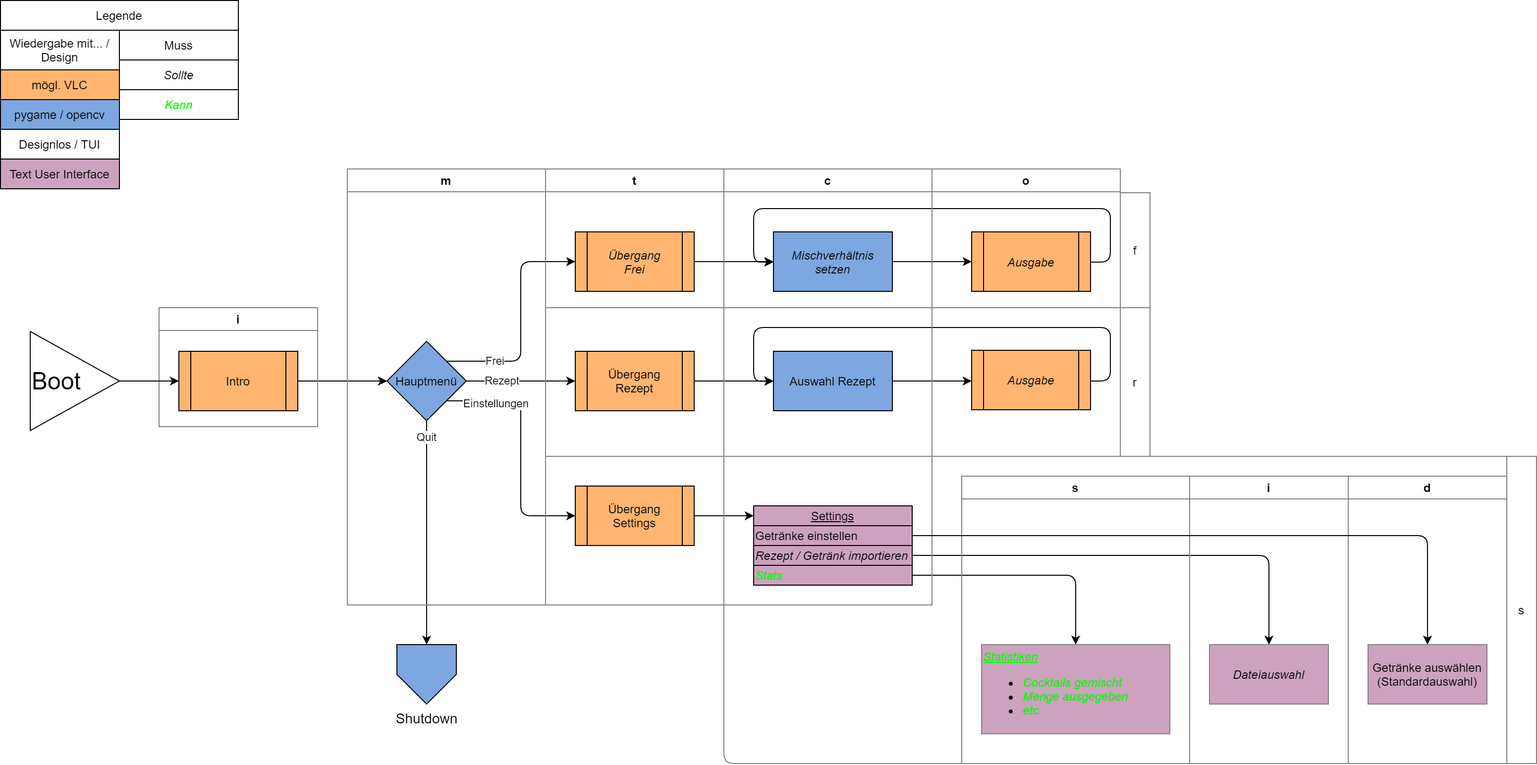
zauberwild/paamestia keeps this draw.io diagram as doc/Pläne + Skizzen/Programmablauf-Main.png. Above is the earlier version. Source tidied: cells renumbered, new cells last; positions are measured from the earlier drawing's top-left corner, leaving out a move shared by most shapes.
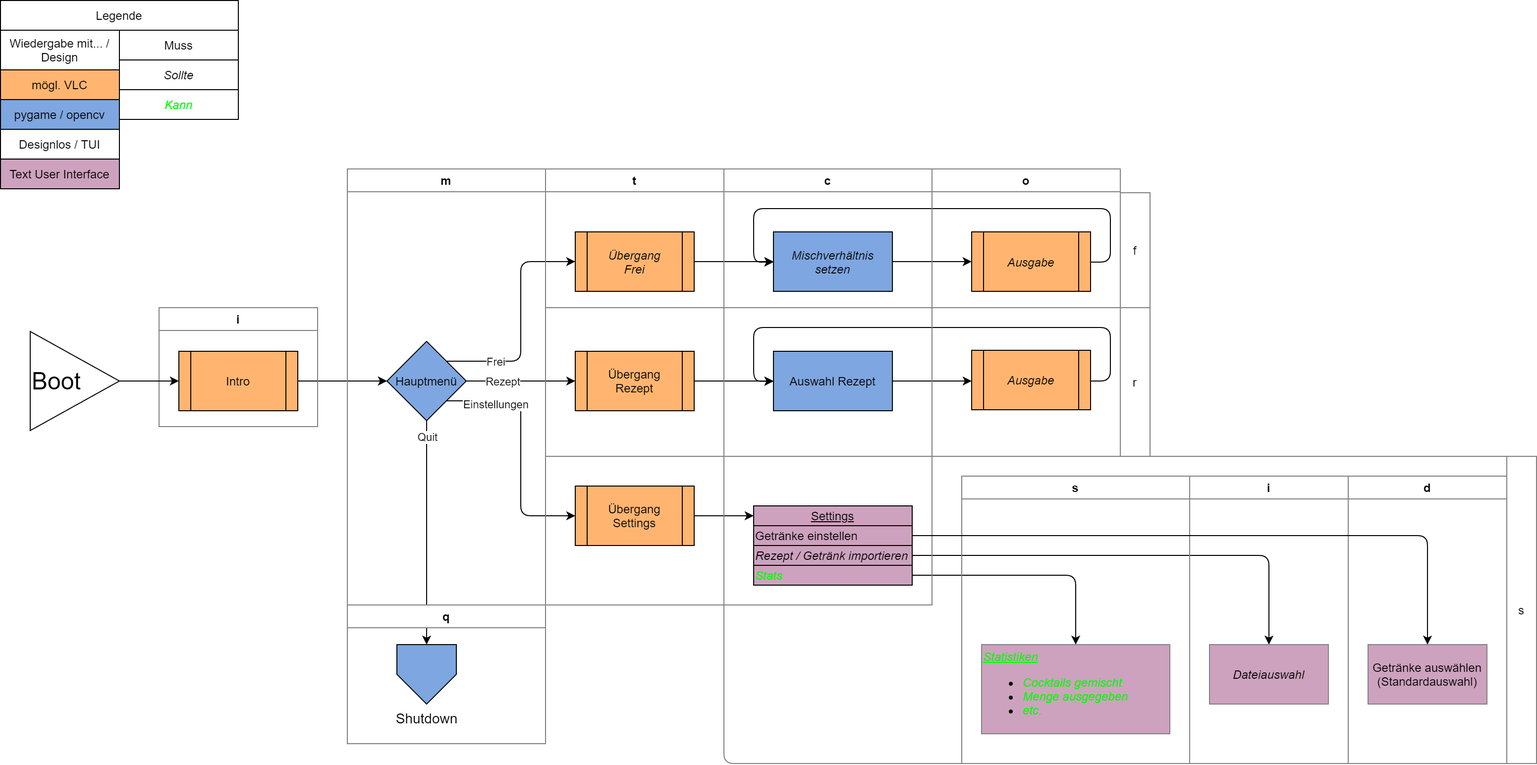
After the commit.

Change to the diagram source:
```diff
@@ -229,5 +229,8 @@
     <mxCell id="64" style="edgeStyle=orthogonalEdgeStyle;jettySize=auto;html=1;exitX=1;exitY=0.5;exitDx=0;exitDy=0;entryX=0.5;entryY=0;entryDx=0;entryDy=0;strokeColor=#000000;" parent="1" edge="1" source="41" target="63">
       <mxGeometry relative="1" as="geometry" />
     </mxCell>
+    <mxCell id="65" value="q" style="swimlane;strokeColor=#808080;" parent="1" vertex="1">
+      <mxGeometry x="350" y="610" width="200" height="140" as="geometry" />
+    </mxCell>
   </root>
 </mxGraphModel>
```
